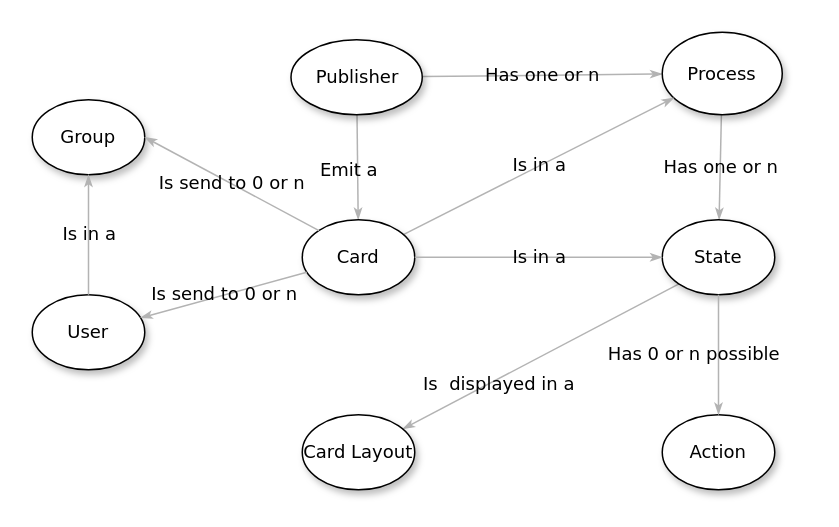
opfab/operatorfabric-core keeps this draw.io diagram as src/docs/asciidoc/architecture/images/BusinessObjects.drawio. Above is the earlier version. Source tidied: cells renumbered, new cells numbered last; positions are measured from the earlier drawing's top-left corner, leaving out a move shared by most shapes. Both pictures are drawn from the tidied source at 150%, with x=0, y=0 at pixel (32, 32).
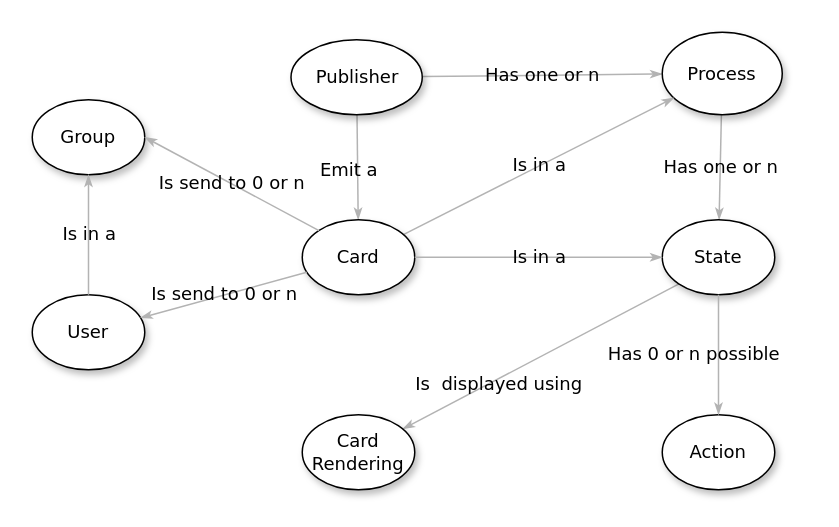
The same diagram, later.

Commit message (it also covers changes not shown here):
replace layout by rendering

Unchanged cells that the change refers to:
```xml
<mxCell id="9" value="State" style="ellipse;whiteSpace=wrap;html=1;rounded=0;shadow=1;comic=0;labelBackgroundColor=none;strokeWidth=1;fontFamily=Verdana;fontSize=12;align=center;" parent="1" vertex="1">
  <mxGeometry x="420" y="125" width="75" height="50" as="geometry" />
</mxCell>
```

Diff of the diagram source:
```diff
@@
-    <mxCell id="6" value="Is&amp;nbsp; displayed in a " style="edgeStyle=none;rounded=1;html=1;labelBackgroundColor=none;startArrow=none;startFill=0;startSize=5;endArrow=classicThin;endFill=1;endSize=5;jettySize=auto;strokeColor=#B3B3B3;strokeWidth=1;fontFamily=Verdana;fontSize=12;exitX=0;exitY=1;exitDx=0;exitDy=0;" parent="1" edge="1" source="9" target="8">
+    <mxCell id="6" value="Is&amp;nbsp; displayed using " style="edgeStyle=none;rounded=1;html=1;labelBackgroundColor=none;startArrow=none;startFill=0;startSize=5;endArrow=classicThin;endFill=1;endSize=5;jettySize=auto;strokeColor=#B3B3B3;strokeWidth=1;fontFamily=Verdana;fontSize=12;exitX=0;exitY=1;exitDx=0;exitDy=0;" parent="1" edge="1" source="9" target="8">
       <mxGeometry x="0.33" y="3" relative="1" as="geometry">
         <mxPoint x="1" as="offset" />
       </mxGeometry>
     </mxCell>
@@
-    <mxCell id="8" value="Card Layout" style="ellipse;whiteSpace=wrap;html=1;rounded=0;shadow=1;comic=0;labelBackgroundColor=none;strokeWidth=1;fontFamily=Verdana;fontSize=12;align=center;" parent="1" vertex="1">
+    <mxCell id="8" value="Card Rendering" style="ellipse;whiteSpace=wrap;html=1;rounded=0;shadow=1;comic=0;labelBackgroundColor=none;strokeWidth=1;fontFamily=Verdana;fontSize=12;align=center;" parent="1" vertex="1">
       <mxGeometry x="180" y="255" width="75" height="50" as="geometry" />
     </mxCell>
```
